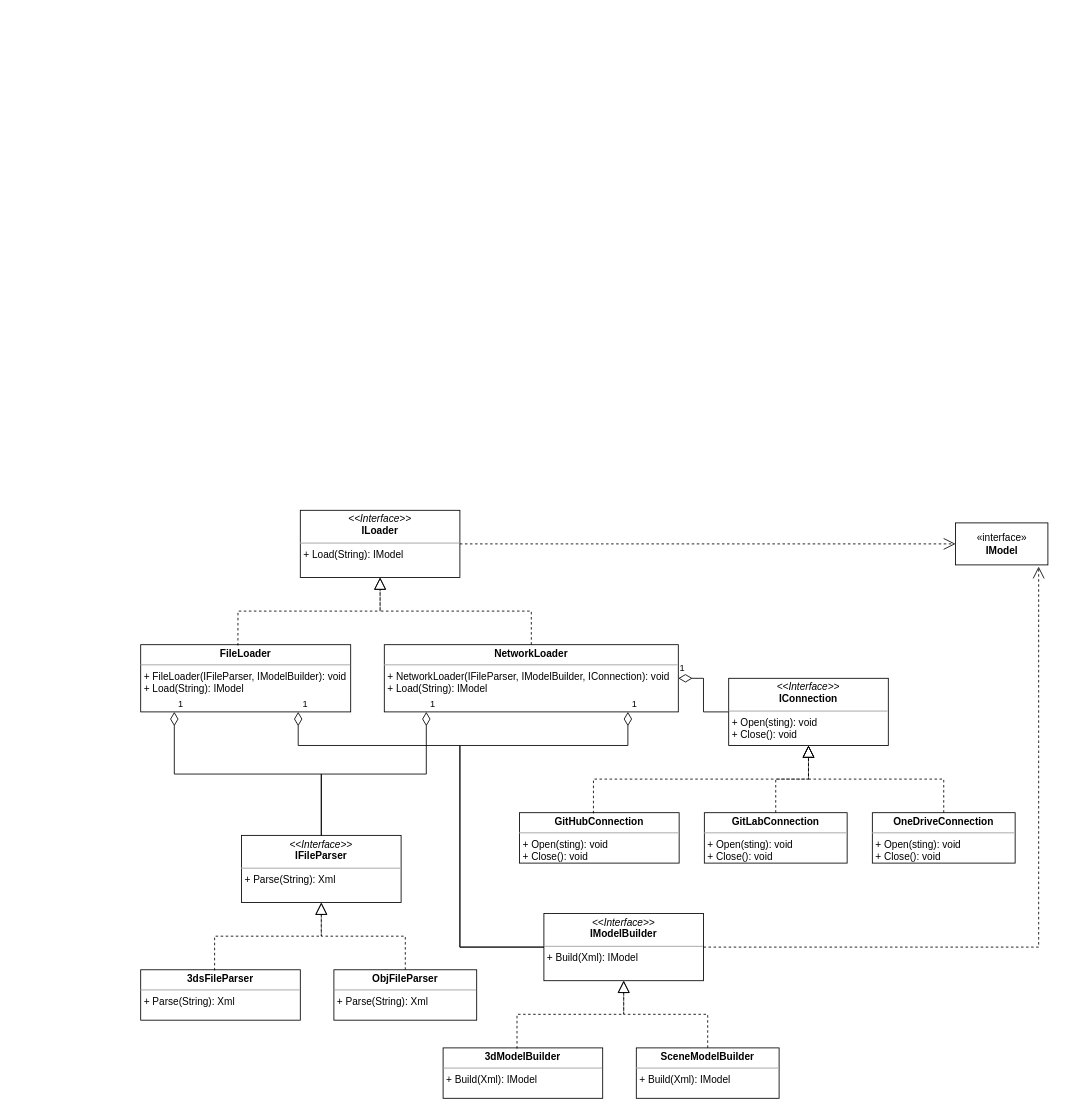
Earlier version of the draw.io diagram module_3/Repository_Classes.drawio (SheinEA/gb_architect). Source tidied: cells renumbered, new cells numbered last; positions are measured from the earlier drawing's top-left corner, leaving out a move shared by most shapes. Both pictures are drawn from the tidied source at 84%, with x=0, y=0 at pixel (140, 510).
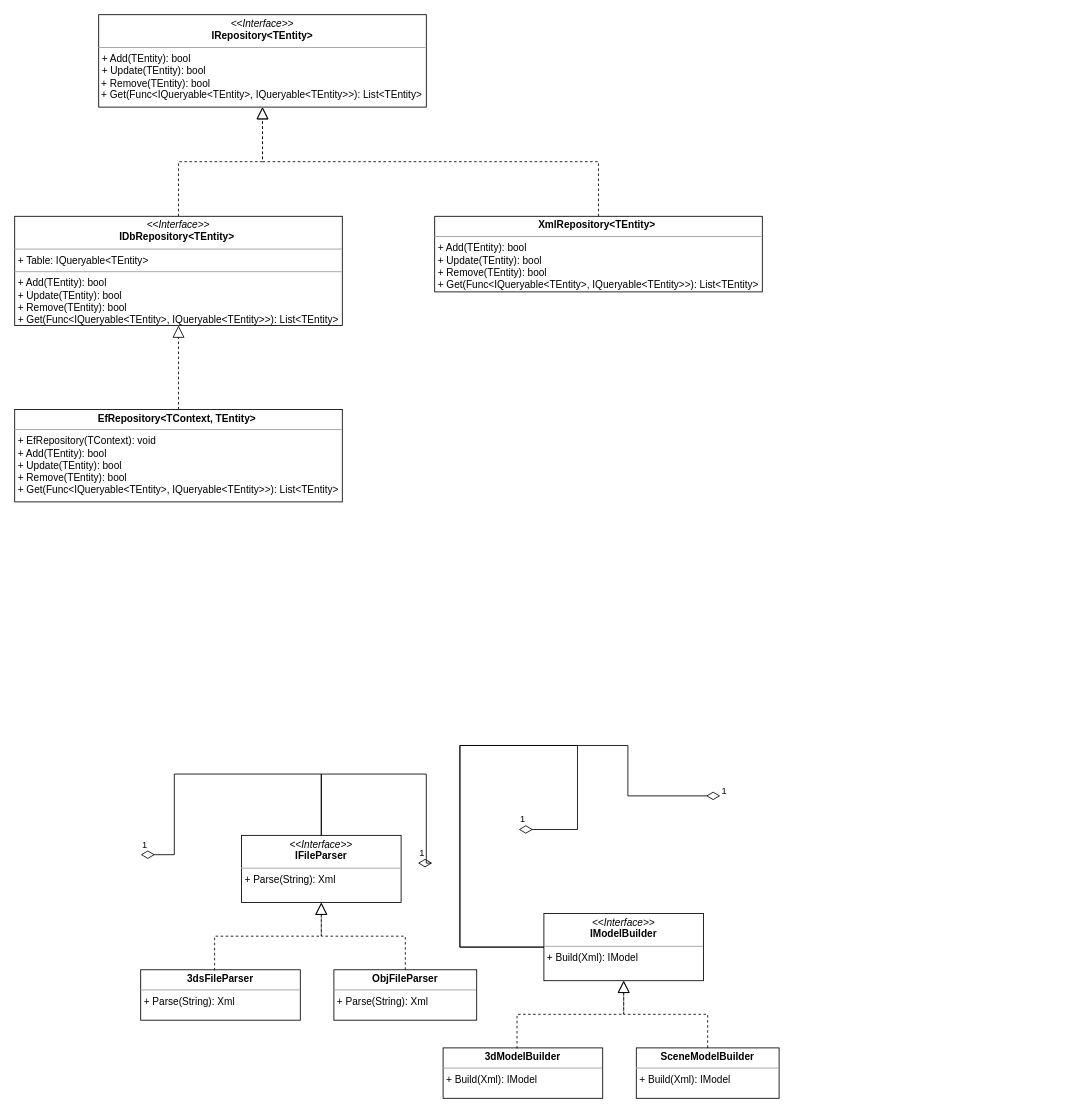
The same page after the edit.

The change refers to these unchanged cells:
```xml
<mxCell id="7" value="&lt;p style=&quot;margin: 0px ; margin-top: 4px ; text-align: center&quot;&gt;&lt;i&gt;&amp;lt;&amp;lt;Interface&amp;gt;&amp;gt;&lt;/i&gt;&lt;br&gt;&lt;b&gt;IFileParser&lt;/b&gt;&lt;/p&gt;&lt;hr size=&quot;1&quot;&gt;&lt;p style=&quot;margin: 0px ; margin-left: 4px&quot;&gt;+ Parse(String): Xml&lt;br&gt;&lt;/p&gt;" style="verticalAlign=top;align=left;overflow=fill;fontSize=12;fontFamily=Helvetica;html=1;" parent="1" vertex="1">
  <mxGeometry x="120" y="387" width="190" height="80" as="geometry" />
</mxCell>
<mxCell id="12" value="&lt;p style=&quot;margin: 0px ; margin-top: 4px ; text-align: center&quot;&gt;&lt;i&gt;&amp;lt;&amp;lt;Interface&amp;gt;&amp;gt;&lt;/i&gt;&lt;br&gt;&lt;b&gt;IModelBuilder&lt;/b&gt;&lt;/p&gt;&lt;hr size=&quot;1&quot;&gt;&lt;p style=&quot;margin: 0px ; margin-left: 4px&quot;&gt;+ Build(Xml): IModel&lt;br&gt;&lt;/p&gt;" style="verticalAlign=top;align=left;overflow=fill;fontSize=12;fontFamily=Helvetica;html=1;" parent="1" vertex="1">
  <mxGeometry x="480" y="480" width="190" height="80" as="geometry" />
</mxCell>
```

Diff of the diagram source:
```diff
@@
-    <mxCell id="2" value="&lt;p style=&quot;margin: 0px ; margin-top: 4px ; text-align: center&quot;&gt;&lt;i&gt;&amp;lt;&amp;lt;Interface&amp;gt;&amp;gt;&lt;/i&gt;&lt;br&gt;&lt;b&gt;ILoader&lt;/b&gt;&lt;/p&gt;&lt;hr size=&quot;1&quot;&gt;&lt;p style=&quot;margin: 0px ; margin-left: 4px&quot;&gt;+ Load(String): IModel&lt;br&gt;&lt;/p&gt;" style="verticalAlign=top;align=left;overflow=fill;fontSize=12;fontFamily=Helvetica;html=1;" parent="1" vertex="1">
-      <mxGeometry x="190" width="190" height="80" as="geometry" />
+    <mxCell id="2" value="&lt;p style=&quot;margin: 0px ; margin-top: 4px ; text-align: center&quot;&gt;&lt;i&gt;&amp;lt;&amp;lt;Interface&amp;gt;&amp;gt;&lt;/i&gt;&lt;br&gt;&lt;b&gt;IRepository&amp;lt;TEntity&amp;gt;&lt;/b&gt;&lt;br&gt;&lt;/p&gt;&lt;hr size=&quot;1&quot;&gt;&lt;p style=&quot;margin: 0px ; margin-left: 4px&quot;&gt;+ Add(TEntity): bool&lt;br&gt;&lt;/p&gt;&lt;p style=&quot;margin: 0px ; margin-left: 4px&quot;&gt;&lt;span&gt;+ Update(TEntity): bool&lt;/span&gt;&lt;br&gt;&lt;/p&gt;&lt;p style=&quot;margin: 0px ; margin-left: 4px&quot;&gt;&lt;/p&gt;&amp;nbsp;+ Remove(TEntity): bool&lt;br&gt;&amp;nbsp;+ Get(Func&amp;lt;IQueryable&amp;lt;TEntity&amp;gt;, IQueryable&amp;lt;TEntity&amp;gt;&amp;gt;): List&amp;lt;TEntity&amp;gt;&amp;nbsp;" style="verticalAlign=top;align=left;overflow=fill;fontSize=12;fontFamily=Helvetica;html=1;" parent="1" vertex="1">
+      <mxGeometry x="-50" y="-590" width="390" height="110" as="geometry" />
     </mxCell>
-    <mxCell id="3" value="&lt;p style=&quot;margin: 0px ; margin-top: 4px ; text-align: center&quot;&gt;&lt;b&gt;FileLoader&lt;/b&gt;&lt;br&gt;&lt;/p&gt;&lt;hr size=&quot;1&quot;&gt;&lt;p style=&quot;margin: 0px ; margin-left: 4px&quot;&gt;+ FileLoader(IFileParser, IModelBuilder): void&lt;/p&gt;&lt;p style=&quot;margin: 0px ; margin-left: 4px&quot;&gt;+ Load(String): IModel&lt;br&gt;&lt;/p&gt;" style="verticalAlign=top;align=left;overflow=fill;fontSize=12;fontFamily=Helvetica;html=1;" parent="1" vertex="1">
-      <mxGeometry y="160" width="250" height="80" as="geometry" />
-    </mxCell>
-    <mxCell id="4" value="&lt;p style=&quot;margin: 0px ; margin-top: 4px ; text-align: center&quot;&gt;&lt;b&gt;NetworkLoader&lt;/b&gt;&lt;br&gt;&lt;/p&gt;&lt;hr size=&quot;1&quot;&gt;&lt;p style=&quot;margin: 0px ; margin-left: 4px&quot;&gt;+ NetworkLoader(IFileParser, IModelBuilder, IConnection): void&lt;/p&gt;&lt;p style=&quot;margin: 0px ; margin-left: 4px&quot;&gt;+ Load(String): IModel&lt;/p&gt;" style="verticalAlign=top;align=left;overflow=fill;fontSize=12;fontFamily=Helvetica;html=1;" parent="1" vertex="1">
-      <mxGeometry x="290" y="160" width="350" height="80" as="geometry" />
+    <mxCell id="4" value="&lt;p style=&quot;margin: 0px ; margin-top: 4px ; text-align: center&quot;&gt;&lt;b&gt;XmlRepository&amp;lt;TEntity&amp;gt;&amp;nbsp;&lt;/b&gt;&lt;br&gt;&lt;/p&gt;&lt;hr size=&quot;1&quot;&gt;&lt;p style=&quot;margin: 0px 0px 0px 4px&quot;&gt;+ Add(TEntity): bool&lt;br&gt;&lt;/p&gt;&lt;p style=&quot;margin: 0px 0px 0px 4px&quot;&gt;+ Update(TEntity): bool&lt;br&gt;&lt;/p&gt;&lt;p style=&quot;margin: 0px 0px 0px 4px&quot;&gt;&lt;/p&gt;&lt;p style=&quot;margin: 0px ; margin-left: 4px&quot;&gt;+ Remove(TEntity): bool&lt;br&gt;+ Get(Func&amp;lt;IQueryable&amp;lt;TEntity&amp;gt;, IQueryable&amp;lt;TEntity&amp;gt;&amp;gt;): List&amp;lt;TEntity&amp;gt;&lt;br&gt;&lt;/p&gt;" style="verticalAlign=top;align=left;overflow=fill;fontSize=12;fontFamily=Helvetica;html=1;" parent="1" vertex="1">
+      <mxGeometry x="350" y="-350" width="390" height="90" as="geometry" />
     </mxCell>
-    <mxCell id="5" style="endArrow=block;dashed=1;endFill=0;endSize=12;html=1;entryX=0.5;entryY=1;entryDx=0;entryDy=0;exitX=0.463;exitY=0.013;exitDx=0;exitDy=0;exitPerimeter=0;edgeStyle=orthogonalEdgeStyle;rounded=0;" parent="1" edge="1" source="3" target="2">
+    <mxCell id="5" style="endArrow=block;dashed=1;endFill=0;endSize=12;html=1;entryX=0.5;entryY=1;entryDx=0;entryDy=0;edgeStyle=orthogonalEdgeStyle;rounded=0;" parent="1" edge="1" source="32" target="2">
       <mxGeometry relative="1" as="geometry" />
     </mxCell>
@@
-    <mxCell id="17" value="&lt;p style=&quot;margin: 0px ; margin-top: 4px ; text-align: center&quot;&gt;&lt;i&gt;&amp;lt;&amp;lt;Interface&amp;gt;&amp;gt;&lt;/i&gt;&lt;br&gt;&lt;b&gt;IConnection&lt;/b&gt;&lt;/p&gt;&lt;hr size=&quot;1&quot;&gt;&lt;p style=&quot;margin: 0px ; margin-left: 4px&quot;&gt;+ Open(sting): void&lt;br&gt;&lt;/p&gt;&lt;p style=&quot;margin: 0px ; margin-left: 4px&quot;&gt;+ Close(): void&lt;br&gt;&lt;/p&gt;" style="verticalAlign=top;align=left;overflow=fill;fontSize=12;fontFamily=Helvetica;html=1;" parent="1" vertex="1">
-      <mxGeometry x="700" y="200" width="190" height="80" as="geometry" />
-    </mxCell>
-    <mxCell id="18" value="&lt;p style=&quot;margin: 4px 0px 0px ; text-align: center&quot;&gt;&lt;b&gt;GitHubConnection&lt;/b&gt;&lt;/p&gt;&lt;hr size=&quot;1&quot;&gt;&lt;p style=&quot;margin: 0px 0px 0px 4px&quot;&gt;+ Open(sting): void&lt;br&gt;&lt;/p&gt;&lt;p style=&quot;margin: 0px 0px 0px 4px&quot;&gt;+ Close(): void&lt;/p&gt;" style="verticalAlign=top;align=left;overflow=fill;fontSize=12;fontFamily=Helvetica;html=1;" parent="1" vertex="1">
-      <mxGeometry x="451" y="360" width="190" height="60" as="geometry" />
-    </mxCell>
-    <mxCell id="19" value="&lt;p style=&quot;margin: 4px 0px 0px ; text-align: center&quot;&gt;&lt;b&gt;GitLabConnection&lt;/b&gt;&lt;/p&gt;&lt;hr size=&quot;1&quot; style=&quot;outline: 0px&quot;&gt;&lt;p style=&quot;margin: 0px 0px 0px 4px&quot;&gt;+ Open(sting): void&lt;br&gt;&lt;/p&gt;&lt;p style=&quot;margin: 0px 0px 0px 4px&quot;&gt;+ Close(): void&lt;/p&gt;" style="verticalAlign=top;align=left;overflow=fill;fontSize=12;fontFamily=Helvetica;html=1;" parent="1" vertex="1">
-      <mxGeometry x="671" y="360" width="170" height="60" as="geometry" />
-    </mxCell>
-    <mxCell id="20" style="endArrow=block;dashed=1;endFill=0;endSize=12;html=1;entryX=0.5;entryY=1;entryDx=0;entryDy=0;exitX=0.463;exitY=0.013;exitDx=0;exitDy=0;exitPerimeter=0;edgeStyle=orthogonalEdgeStyle;rounded=0;" parent="1" edge="1" source="18" target="17">
-      <mxGeometry relative="1" as="geometry" />
-    </mxCell>
-    <mxCell id="21" style="endArrow=block;dashed=1;endFill=0;endSize=12;html=1;exitX=0.5;exitY=0;exitDx=0;exitDy=0;edgeStyle=orthogonalEdgeStyle;rounded=0;" parent="1" edge="1" source="19" target="17">
-      <mxGeometry relative="1" as="geometry" />
-    </mxCell>
-    <mxCell id="22" value="&lt;p style=&quot;margin: 4px 0px 0px ; text-align: center&quot;&gt;&lt;b&gt;OneDriveConnection&lt;/b&gt;&lt;/p&gt;&lt;hr size=&quot;1&quot; style=&quot;outline: 0px&quot;&gt;&lt;p style=&quot;margin: 0px 0px 0px 4px&quot;&gt;+ Open(sting): void&lt;br&gt;&lt;/p&gt;&lt;p style=&quot;margin: 0px 0px 0px 4px&quot;&gt;+ Close(): void&lt;/p&gt;" style="verticalAlign=top;align=left;overflow=fill;fontSize=12;fontFamily=Helvetica;html=1;" parent="1" vertex="1">
-      <mxGeometry x="871" y="360" width="170" height="60" as="geometry" />
-    </mxCell>
-    <mxCell id="23" style="endArrow=block;dashed=1;endFill=0;endSize=12;html=1;exitX=0.5;exitY=0;exitDx=0;exitDy=0;edgeStyle=orthogonalEdgeStyle;rounded=0;" parent="1" edge="1" source="22" target="17">
-      <mxGeometry relative="1" as="geometry" />
-    </mxCell>
-    <mxCell id="24" value="1" style="endArrow=none;html=1;endSize=12;startArrow=diamondThin;startSize=14;startFill=0;edgeStyle=orthogonalEdgeStyle;align=left;verticalAlign=bottom;endFill=0;entryX=0;entryY=0.5;entryDx=0;entryDy=0;rounded=0;" parent="1" edge="1" source="4" target="17">
-      <mxGeometry x="-1" y="3" relative="1" as="geometry" />
-    </mxCell>
-    <mxCell id="25" value="1" style="endArrow=none;html=1;endSize=12;startArrow=diamondThin;startSize=14;startFill=0;edgeStyle=orthogonalEdgeStyle;align=left;verticalAlign=bottom;endFill=0;rounded=0;" parent="1" edge="1" source="3" target="7">
+    <mxCell id="25" value="1" style="endArrow=none;html=1;endSize=12;startArrow=diamondThin;startSize=14;startFill=0;edgeStyle=orthogonalEdgeStyle;align=left;verticalAlign=bottom;endFill=0;rounded=0;" parent="1" edge="1" target="7">
       <mxGeometry x="-1" y="3" relative="1" as="geometry">
+        <mxPoint y="410" as="sourcePoint" />
         <Array as="points">
           <mxPoint x="40" y="314" />
           <mxPoint x="215" y="314" />
         </Array>
       </mxGeometry>
     </mxCell>
-    <mxCell id="26" value="1" style="endArrow=none;html=1;endSize=12;startArrow=diamondThin;startSize=14;startFill=0;edgeStyle=orthogonalEdgeStyle;align=left;verticalAlign=bottom;endFill=0;rounded=0;" parent="1" edge="1" source="4" target="7">
+    <mxCell id="26" value="1" style="endArrow=none;html=1;endSize=12;startArrow=diamondThin;startSize=14;startFill=0;edgeStyle=orthogonalEdgeStyle;align=left;verticalAlign=bottom;endFill=0;rounded=0;" parent="1" edge="1" target="7">
       <mxGeometry x="-1" y="3" relative="1" as="geometry">
+        <mxPoint x="330" y="420" as="sourcePoint" />
         <Array as="points">
           <mxPoint x="340" y="314" />
           <mxPoint x="215" y="314" />
         </Array>
       </mxGeometry>
     </mxCell>
-    <mxCell id="27" value="1" style="endArrow=none;html=1;endSize=12;startArrow=diamondThin;startSize=14;startFill=0;edgeStyle=orthogonalEdgeStyle;align=left;verticalAlign=bottom;endFill=0;rounded=0;exitX=0.75;exitY=1;exitDx=0;exitDy=0;entryX=0;entryY=0.5;entryDx=0;entryDy=0;" parent="1" edge="1" source="3" target="12">
+    <mxCell id="27" value="1" style="endArrow=none;html=1;endSize=12;startArrow=diamondThin;startSize=14;startFill=0;edgeStyle=orthogonalEdgeStyle;align=left;verticalAlign=bottom;endFill=0;rounded=0;entryX=0;entryY=0.5;entryDx=0;entryDy=0;" parent="1" edge="1" target="12">
       <mxGeometry x="-1" y="3" relative="1" as="geometry">
+        <mxPoint x="450" y="380" as="sourcePoint" />
         <Array as="points">
-          <mxPoint x="188" y="280" />
+          <mxPoint x="520" y="380" />
+          <mxPoint x="520" y="280" />
           <mxPoint x="380" y="280" />
           <mxPoint x="380" y="520" />
         </Array>
       </mxGeometry>
     </mxCell>
-    <mxCell id="28" value="1" style="endArrow=none;html=1;endSize=12;startArrow=diamondThin;startSize=14;startFill=0;edgeStyle=orthogonalEdgeStyle;align=left;verticalAlign=bottom;endFill=0;rounded=0;" parent="1" edge="1" source="4" target="12">
+    <mxCell id="28" value="1" style="endArrow=none;html=1;endSize=12;startArrow=diamondThin;startSize=14;startFill=0;edgeStyle=orthogonalEdgeStyle;align=left;verticalAlign=bottom;endFill=0;rounded=0;" parent="1" edge="1" target="12">
       <mxGeometry x="-1" y="3" relative="1" as="geometry">
+        <mxPoint x="690" y="340" as="sourcePoint" />
         <Array as="points">
           <mxPoint x="580" y="280" />
           <mxPoint x="380" y="280" />
           <mxPoint x="380" y="520" />
         </Array>
       </mxGeometry>
     </mxCell>
-    <mxCell id="29" value="«interface»&lt;br&gt;&lt;b&gt;IModel&lt;/b&gt;" style="html=1;" parent="1" vertex="1">
-      <mxGeometry x="970" y="15" width="110" height="50" as="geometry" />
-    </mxCell>
-    <mxCell id="30" style="endArrow=open;endFill=1;endSize=12;html=1;edgeStyle=orthogonalEdgeStyle;rounded=0;dashed=1;" parent="1" edge="1" source="2" target="29">
-      <mxGeometry relative="1" as="geometry" />
-    </mxCell>
-    <mxCell id="31" style="endArrow=open;endFill=1;endSize=12;html=1;edgeStyle=orthogonalEdgeStyle;rounded=0;dashed=1;exitX=1;exitY=0.5;exitDx=0;exitDy=0;entryX=0.9;entryY=1.04;entryDx=0;entryDy=0;entryPerimeter=0;" parent="1" edge="1" source="12" target="29">
-      <mxGeometry relative="1" as="geometry" />
-    </mxCell>
+    <mxCell id="32" value="&lt;p style=&quot;margin: 0px ; margin-top: 4px ; text-align: center&quot;&gt;&lt;i&gt;&amp;lt;&amp;lt;Interface&amp;gt;&amp;gt;&lt;/i&gt;&lt;br&gt;&lt;b&gt;IDbRepository&amp;lt;TEntity&amp;gt;&amp;nbsp;&lt;/b&gt;&lt;br&gt;&lt;/p&gt;&lt;hr size=&quot;1&quot;&gt;&lt;p style=&quot;margin: 0px ; margin-left: 4px&quot;&gt;+ Table: IQueryable&amp;lt;TEntity&amp;gt;&amp;nbsp;&lt;br&gt;&lt;/p&gt;&lt;hr size=&quot;1&quot;&gt;&lt;p style=&quot;margin: 0px 0px 0px 4px&quot;&gt;+ Add(TEntity): bool&lt;br&gt;&lt;/p&gt;&lt;p style=&quot;outline: 0px ; margin: 0px 0px 0px 4px&quot;&gt;+ Update(TEntity): bool&lt;/p&gt;&lt;p style=&quot;margin: 0px 0px 0px 4px&quot;&gt;+ Remove(TEntity): bool&lt;/p&gt;&lt;p style=&quot;margin: 0px 0px 0px 4px&quot;&gt;+ Get(Func&amp;lt;IQueryable&amp;lt;TEntity&amp;gt;, IQueryable&amp;lt;TEntity&amp;gt;&amp;gt;): List&amp;lt;TEntity&amp;gt;&amp;nbsp;&lt;/p&gt;" style="verticalAlign=top;align=left;overflow=fill;fontSize=12;fontFamily=Helvetica;html=1;" parent="1" vertex="1">
+      <mxGeometry x="-150" y="-350" width="390" height="130" as="geometry" />
+    </mxCell>
+    <mxCell id="33" value="&lt;p style=&quot;margin: 0px ; margin-top: 4px ; text-align: center&quot;&gt;&lt;b&gt;EfRepository&amp;lt;TContext, TEntity&amp;gt;&amp;nbsp;&lt;/b&gt;&lt;br&gt;&lt;/p&gt;&lt;hr size=&quot;1&quot;&gt;&lt;p style=&quot;margin: 0px 0px 0px 4px&quot;&gt;+&amp;nbsp;EfRepository(TContext): void&lt;/p&gt;&lt;p style=&quot;margin: 0px 0px 0px 4px&quot;&gt;+ Add(TEntity): bool&lt;br&gt;&lt;/p&gt;&lt;p style=&quot;margin: 0px 0px 0px 4px&quot;&gt;+ Update(TEntity): bool&lt;br&gt;&lt;/p&gt;&lt;p style=&quot;margin: 0px 0px 0px 4px&quot;&gt;&lt;/p&gt;&lt;p style=&quot;margin: 0px ; margin-left: 4px&quot;&gt;+ Remove(TEntity): bool&lt;br&gt;+ Get(Func&amp;lt;IQueryable&amp;lt;TEntity&amp;gt;, IQueryable&amp;lt;TEntity&amp;gt;&amp;gt;): List&amp;lt;TEntity&amp;gt;&lt;br&gt;&lt;/p&gt;" style="verticalAlign=top;align=left;overflow=fill;fontSize=12;fontFamily=Helvetica;html=1;" parent="1" vertex="1">
+      <mxGeometry x="-150" y="-120" width="390" height="110" as="geometry" />
+    </mxCell>
+    <mxCell id="34" style="endArrow=block;dashed=1;endFill=0;endSize=12;html=1;edgeStyle=orthogonalEdgeStyle;rounded=0;" parent="1" edge="1" source="33" target="32">
+      <mxGeometry relative="1" as="geometry" />
+    </mxCell>
```
